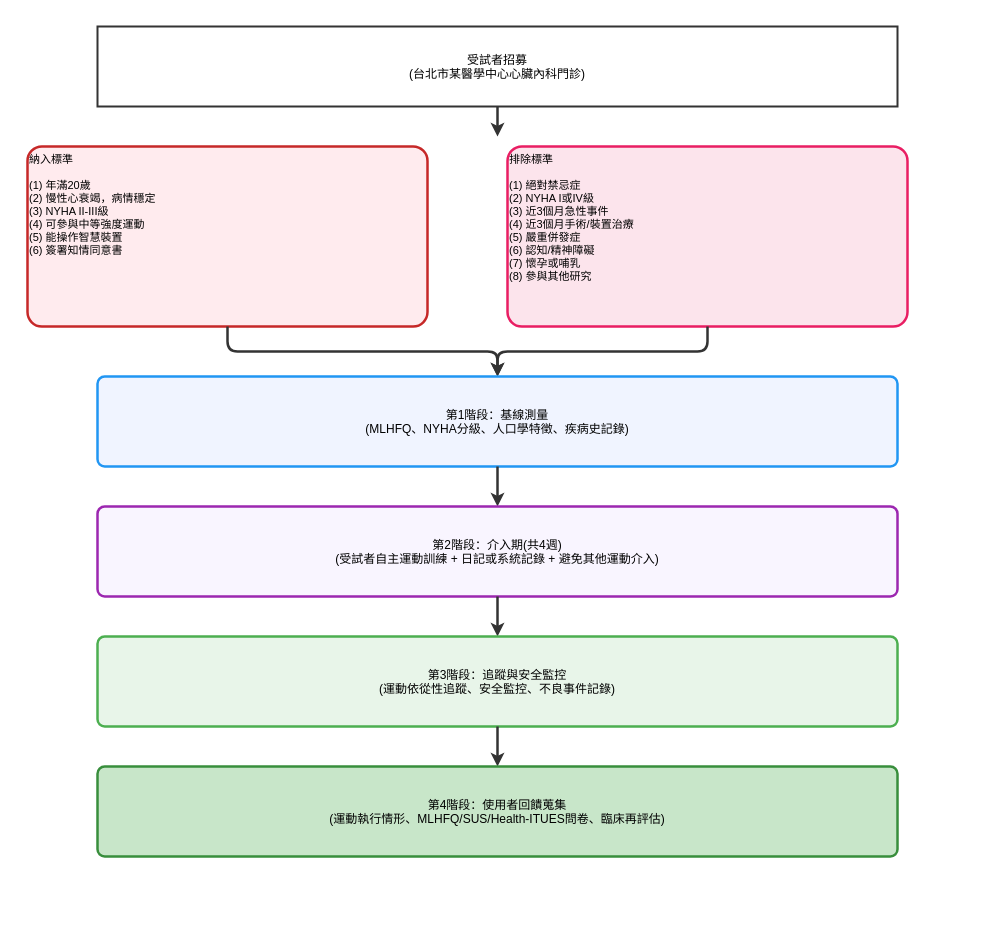
RosaHuang001/AI_Exercise_Local keeps this draw.io diagram as 流程圖/research_flowchart.drawio. Above is the earlier version. Source tidied: cells renumbered, new cells numbered last; positions are measured from the earlier drawing's top-left corner, leaving out a move shared by most shapes. Both pictures are drawn from the tidied source at 100%, with x=0, y=0 at pixel (17, 26).
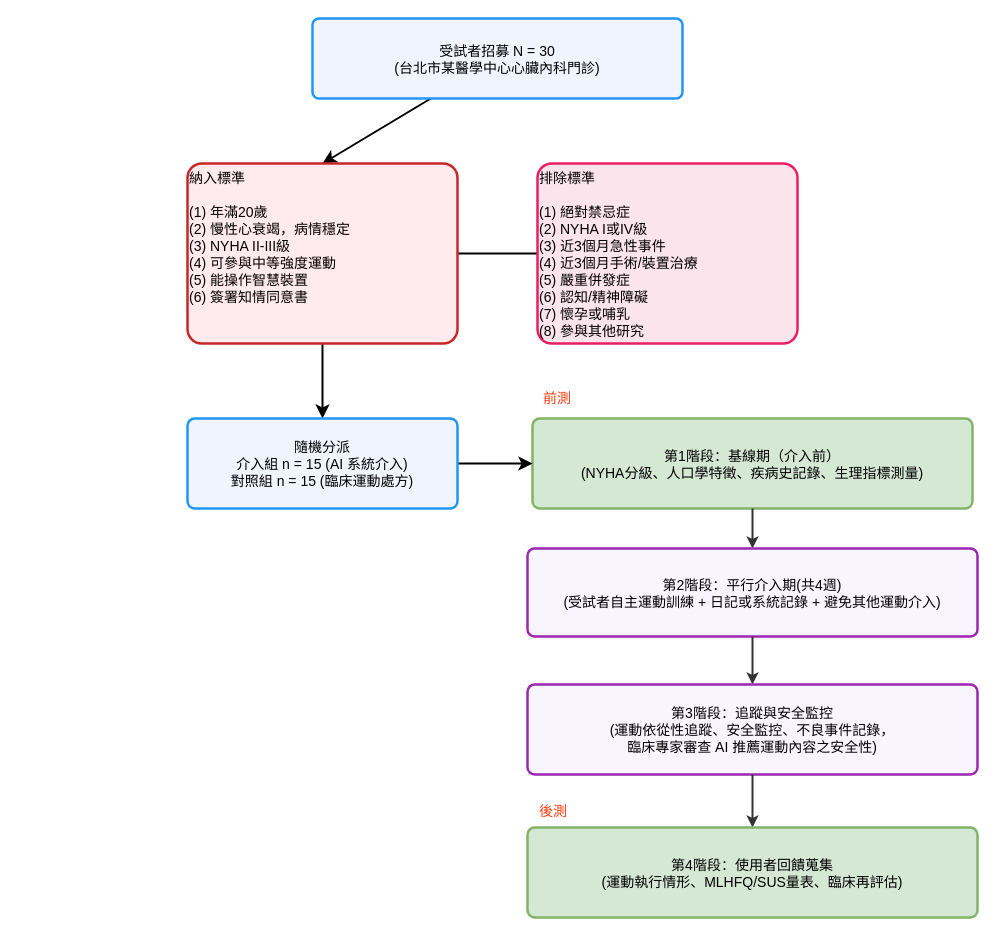
The same page after the edit.

Diff of the diagram source:
```diff
@@
 <mxGraphModel>
   <root>
     <mxCell id="0" />
     <mxCell id="1" parent="0" />
+    <mxCell id="16" style="edgeStyle=none;curved=1;rounded=0;jettySize=auto;html=1;entryX=0.5;entryY=0;entryDx=0;entryDy=0;fontSize=12;startSize=8;endSize=8;strokeWidth=2;" parent="1" edge="1" source="2" target="5">
+      <mxGeometry relative="1" as="geometry" />
+    </mxCell>
-    <mxCell id="2" value="受試者招募&#10;(台北市某醫學中心心臟內科門診)" style="rounded=0;fillColor=none;strokeColor=#333333;strokeWidth=2;align=center;verticalAlign=middle;fontSize=12;fontFamily=Microsoft YaHei;" parent="1" vertex="1">
-      <mxGeometry x="80" width="800" height="80" as="geometry" />
+    <mxCell id="2" value="受試者招募 N = 30&#10;(台北市某醫學中心心臟內科門診)" style="rounded=1;strokeWidth=2.5;align=center;verticalAlign=middle;fontSize=14;fontFamily=Microsoft YaHei;fontStyle=0;fillColor=#F0F4FF;strokeColor=#2196F3;arcSize=8;fontColor=default;" parent="1" vertex="1">
+      <mxGeometry x="295" y="-8" width="370" height="80" as="geometry" />
     </mxCell>
-    <mxCell id="3" style="edgeStyle=orthogonalEdgeStyle;rounded=1;html=1;strokeColor=#333333;strokeWidth=2.5;endArrow=classic;" parent="1" edge="1" source="2" target="4">
-      <mxGeometry relative="1" as="geometry" />
-    </mxCell>
     <mxCell id="4" style="rounded=1;arcSize=10;fillColor=none;strokeColor=none;strokeWidth=0;" parent="1" vertex="1">
       <mxGeometry y="110" width="960" height="200" as="geometry" />
     </mxCell>
+    <mxCell id="17" style="edgeStyle=none;curved=1;rounded=0;jettySize=auto;html=1;entryX=0;entryY=0.5;entryDx=0;entryDy=0;fontSize=12;startSize=12;endSize=11;endArrow=none;endFill=0;targetPerimeterSpacing=7;strokeWidth=2;" parent="1" edge="1" source="5" target="6">
+      <mxGeometry relative="1" as="geometry" />
+    </mxCell>
+    <mxCell id="18" style="edgeStyle=none;curved=1;rounded=0;jettySize=auto;html=1;fontSize=12;startSize=8;endSize=8;strokeWidth=2;" parent="1" edge="1" source="5" target="20">
+      <mxGeometry relative="1" as="geometry" />
+    </mxCell>
-    <mxCell id="5" value="納入標準&#10;&#10;(1) 年滿20歲&#10;(2) 慢性心衰竭，病情穩定&#10;(3) NYHA II-III級&#10;(4) 可參與中等強度運動&#10;(5) 能操作智慧裝置&#10;(6) 簽署知情同意書" style="rounded=1;arcSize=8;fillColor=#FFEBEE;strokeColor=#C62828;strokeWidth=2.5;fontSize=11;align=left;verticalAlign=top;padding=8px;fontFamily=Microsoft YaHei;" parent="1" vertex="1">
-      <mxGeometry x="10" y="120" width="400" height="180" as="geometry" />
+    <mxCell id="5" value="納入標準&#10;&#10;(1) 年滿20歲&#10;(2) 慢性心衰竭，病情穩定&#10;(3) NYHA II-III級&#10;(4) 可參與中等強度運動&#10;(5) 能操作智慧裝置&#10;(6) 簽署知情同意書" style="rounded=1;arcSize=8;fillColor=#FFEBEE;strokeColor=#C62828;strokeWidth=2.5;fontSize=14;align=left;verticalAlign=top;padding=8px;fontFamily=Microsoft YaHei;" parent="1" vertex="1">
+      <mxGeometry x="170" y="137" width="270" height="180" as="geometry" />
     </mxCell>
-    <mxCell id="6" value="排除標準&#10;&#10;(1) 絕對禁忌症&#10;(2) NYHA I或IV級&#10;(3) 近3個月急性事件&#10;(4) 近3個月手術/裝置治療&#10;(5) 嚴重併發症&#10;(6) 認知/精神障礙&#10;(7) 懷孕或哺乳&#10;(8) 參與其他研究" style="rounded=1;arcSize=8;fillColor=#FCE4EC;strokeColor=#E91E63;strokeWidth=2.5;fontSize=11;align=left;verticalAlign=top;padding=8px;fontFamily=Microsoft YaHei;" parent="1" vertex="1">
-      <mxGeometry x="490" y="120" width="400" height="180" as="geometry" />
+    <mxCell id="6" value="排除標準&#10;&#10;(1) 絕對禁忌症&#10;(2) NYHA I或IV級&#10;(3) 近3個月急性事件&#10;(4) 近3個月手術/裝置治療&#10;(5) 嚴重併發症&#10;(6) 認知/精神障礙&#10;(7) 懷孕或哺乳&#10;(8) 參與其他研究" style="rounded=1;arcSize=8;fillColor=#FCE4EC;strokeColor=#E91E63;strokeWidth=2.5;fontSize=14;align=left;verticalAlign=top;padding=8px;fontFamily=Microsoft YaHei;" parent="1" vertex="1">
+      <mxGeometry x="520" y="137" width="260" height="180" as="geometry" />
     </mxCell>
-    <mxCell id="7" style="edgeStyle=orthogonalEdgeStyle;rounded=1;html=1;strokeColor=#333333;strokeWidth=2.5;endArrow=classic;" parent="1" edge="1" source="5" target="9">
-      <mxGeometry relative="1" as="geometry" />
-    </mxCell>
-    <mxCell id="8" style="edgeStyle=orthogonalEdgeStyle;rounded=1;html=1;strokeColor=#333333;strokeWidth=2.5;endArrow=classic;" parent="1" edge="1" source="6" target="9">
-      <mxGeometry relative="1" as="geometry" />
-    </mxCell>
-    <mxCell id="9" value="第1階段：基線測量&#10;(MLHFQ、NYHA分級、人口學特徵、疾病史記錄)" style="rounded=1;arcSize=8;fillColor=#F0F4FF;strokeColor=#2196F3;strokeWidth=2.5;fontSize=12;align=center;verticalAlign=middle;padding=10px;fontFamily=Microsoft YaHei;" parent="1" vertex="1">
-      <mxGeometry x="80" y="350" width="800" height="90" as="geometry" />
+    <mxCell id="9" value="第1階段：基線期（介入前）&#10;(NYHA分級、人口學特徵、疾病史記錄、生理指標測量)" style="rounded=1;arcSize=8;fillColor=#d5e8d4;strokeColor=#82b366;strokeWidth=2.5;fontSize=14;align=center;verticalAlign=middle;padding=10px;fontFamily=Microsoft YaHei;" parent="1" vertex="1">
+      <mxGeometry x="515" y="392" width="440" height="90" as="geometry" />
     </mxCell>
-    <mxCell id="10" style="edgeStyle=orthogonalEdgeStyle;rounded=1;html=1;strokeColor=#333333;strokeWidth=2.5;endArrow=classic;" parent="1" edge="1" source="9" target="11">
+    <mxCell id="10" style="edgeStyle=orthogonalEdgeStyle;rounded=1;html=1;strokeColor=#333333;strokeWidth=2;endArrow=classic;fontSize=14;" parent="1" edge="1" source="9" target="11">
       <mxGeometry relative="1" as="geometry" />
     </mxCell>
-    <mxCell id="11" value="第2階段：介入期(共4週)&#10;(受試者自主運動訓練 + 日記或系統記錄 + 避免其他運動介入)" style="rounded=1;arcSize=8;fillColor=#F9F5FF;strokeColor=#9C27B0;strokeWidth=2.5;fontSize=12;align=center;verticalAlign=middle;padding=10px;fontFamily=Microsoft YaHei;" parent="1" vertex="1">
-      <mxGeometry x="80" y="480" width="800" height="90" as="geometry" />
+    <mxCell id="11" value="第2階段：平行介入期(共4週)&#10;(受試者自主運動訓練 + 日記或系統記錄 + 避免其他運動介入)" style="rounded=1;arcSize=8;fillColor=#F9F5FF;strokeColor=#9C27B0;strokeWidth=2.5;fontSize=14;align=center;verticalAlign=middle;padding=10px;fontFamily=Microsoft YaHei;fontColor=default;" parent="1" vertex="1">
+      <mxGeometry x="510" y="522" width="450" height="88" as="geometry" />
     </mxCell>
-    <mxCell id="12" style="edgeStyle=orthogonalEdgeStyle;rounded=1;html=1;strokeColor=#333333;strokeWidth=2.5;endArrow=classic;" parent="1" edge="1" source="11" target="13">
+    <mxCell id="12" style="edgeStyle=orthogonalEdgeStyle;rounded=1;html=1;strokeColor=#333333;strokeWidth=2;endArrow=classic;fontSize=14;" parent="1" edge="1" source="11" target="13">
       <mxGeometry relative="1" as="geometry" />
     </mxCell>
-    <mxCell id="13" value="第3階段：追蹤與安全監控&#10;(運動依從性追蹤、安全監控、不良事件記錄)" style="rounded=1;arcSize=8;fillColor=#E8F5E9;strokeColor=#4CAF50;strokeWidth=2.5;fontSize=12;align=center;verticalAlign=middle;padding=10px;fontFamily=Microsoft YaHei;" parent="1" vertex="1">
-      <mxGeometry x="80" y="610" width="800" height="90" as="geometry" />
+    <mxCell id="13" value="第3階段：追蹤與安全監控&#10;(運動依從性追蹤、安全監控、不良事件記錄，&#10;臨床專家審查 AI 推薦運動內容之安全性)" style="rounded=1;arcSize=8;fillColor=#F9F5FF;strokeColor=#9C27B0;strokeWidth=2.5;fontSize=14;align=center;verticalAlign=middle;padding=10px;fontFamily=Microsoft YaHei;fontColor=default;" parent="1" vertex="1">
+      <mxGeometry x="510" y="658" width="450" height="90" as="geometry" />
     </mxCell>
-    <mxCell id="14" style="edgeStyle=orthogonalEdgeStyle;rounded=1;html=1;strokeColor=#333333;strokeWidth=2.5;endArrow=classic;" parent="1" edge="1" source="13" target="15">
+    <mxCell id="14" style="edgeStyle=orthogonalEdgeStyle;rounded=1;html=1;strokeColor=#333333;strokeWidth=2;endArrow=classic;fontSize=14;" parent="1" edge="1" source="13" target="15">
       <mxGeometry relative="1" as="geometry" />
     </mxCell>
-    <mxCell id="15" value="第4階段：使用者回饋蒐集&#10;(運動執行情形、MLHFQ/SUS/Health-ITUES問卷、臨床再評估)" style="rounded=1;arcSize=8;fillColor=#C8E6C9;strokeColor=#388E3C;strokeWidth=2.5;fontSize=12;align=center;verticalAlign=middle;padding=10px;fontFamily=Microsoft YaHei;" parent="1" vertex="1">
-      <mxGeometry x="80" y="740" width="800" height="90" as="geometry" />
+    <mxCell id="15" value="第4階段：使用者回饋蒐集&#10;(運動執行情形、MLHFQ/SUS量表、臨床再評估)" style="rounded=1;arcSize=8;fillColor=#d5e8d4;strokeColor=#82b366;strokeWidth=2.5;fontSize=14;align=center;verticalAlign=middle;padding=10px;fontFamily=Microsoft YaHei;" parent="1" vertex="1">
+      <mxGeometry x="510" y="801" width="450" height="90" as="geometry" />
     </mxCell>
+    <mxCell id="19" style="edgeStyle=none;curved=1;rounded=0;jettySize=auto;html=1;fontSize=12;startSize=8;endSize=8;strokeWidth=2;" parent="1" edge="1" source="20" target="9">
+      <mxGeometry relative="1" as="geometry" />
+    </mxCell>
+    <mxCell id="20" value="隨機分派&#10;介入組 n = 15 (AI 系統介入)&#10;對照組 n = 15 (臨床運動處方)" style="rounded=1;arcSize=8;fillColor=#F0F4FF;strokeColor=#2196F3;strokeWidth=2.5;fontSize=14;align=center;verticalAlign=middle;padding=10px;fontFamily=Microsoft YaHei;" parent="1" vertex="1">
+      <mxGeometry x="170" y="392" width="270" height="90" as="geometry" />
+    </mxCell>
+    <mxCell id="21" value="&lt;font style=&quot;color: rgb(255, 58, 13); font-size: 14px;&quot;&gt;前測&lt;/font&gt;" style="text;html=1;whiteSpace=wrap;strokeColor=none;fillColor=none;align=center;verticalAlign=middle;rounded=0;" parent="1" vertex="1">
+      <mxGeometry x="510" y="354" width="60" height="36" as="geometry" />
+    </mxCell>
+    <mxCell id="22" value="&lt;span style=&quot;color: rgb(255, 58, 13); font-family: Helvetica; font-size: 14px; font-style: normal; font-variant-ligatures: normal; font-variant-caps: normal; font-weight: 400; letter-spacing: normal; orphans: 2; text-align: center; text-indent: 0px; text-transform: none; widows: 2; word-spacing: 0px; -webkit-text-stroke-width: 0px; white-space: normal; text-decoration-thickness: initial; text-decoration-style: initial; text-decoration-color: initial; float: none; display: inline !important;&quot;&gt;後測&lt;/span&gt;" style="text;whiteSpace=wrap;html=1;" parent="1" vertex="1">
+      <mxGeometry x="520" y="770" width="60" height="40" as="geometry" />
+    </mxCell>
   </root>
 </mxGraphModel>
```
